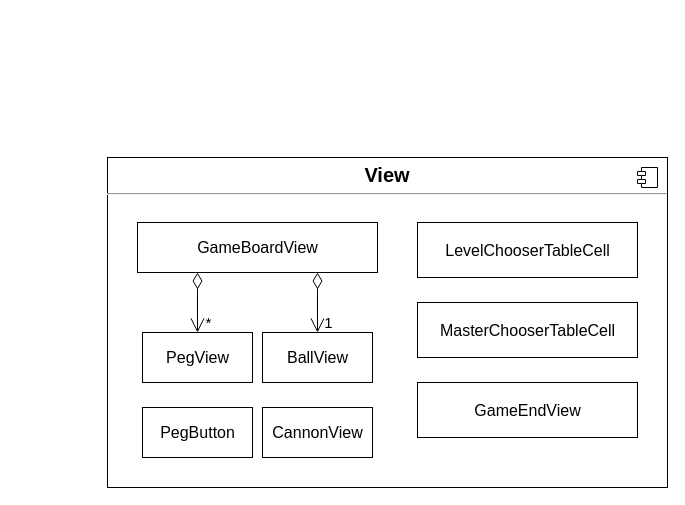
T-Fang/Ocean-Peggle keeps this draw.io diagram as diagrams/ViewDiagram.drawio. Above is the earlier version. Source tidied: cells renumbered, new cells numbered last; positions are measured from the earlier drawing's top-left corner, leaving out a move shared by most shapes. Both pictures are drawn from the tidied source at 100%, with x=0, y=0 at pixel (107, 157).
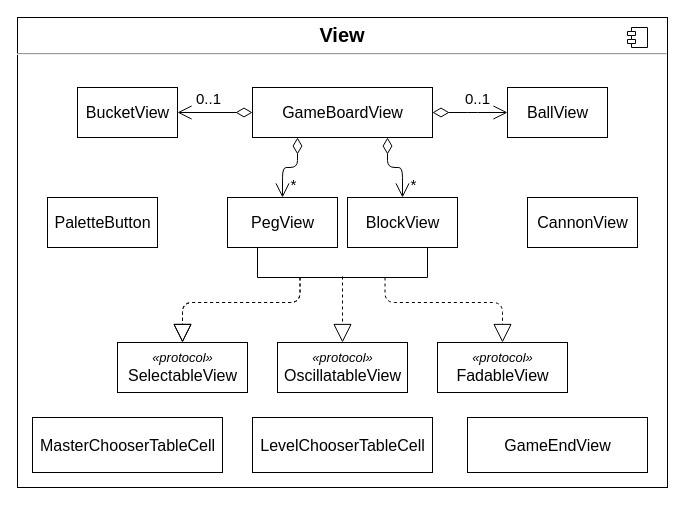
The same diagram, later.

The change refers to these unchanged cells:
```xml
<mxCell id="8" style="endArrow=open;html=1;endSize=12;startArrow=diamondThin;startSize=14;startFill=0;edgeStyle=orthogonalEdgeStyle;align=left;verticalAlign=bottom;entryX=0.5;entryY=0;entryDx=0;entryDy=0;exitX=0.75;exitY=1;exitDx=0;exitDy=0;" parent="1" edge="1" source="5" target="12">
  <mxGeometry x="1" y="10" relative="1" as="geometry" />
</mxCell>
```

The edit, as a diff of the source:
```diff
@@
     <mxCell id="2" value="&lt;p style=&quot;margin: 0px ; margin-top: 6px ; text-align: center&quot;&gt;&lt;b&gt;&lt;font style=&quot;font-size: 20px&quot;&gt;View&lt;/font&gt;&lt;/b&gt;&lt;/p&gt;&lt;hr&gt;&lt;p style=&quot;margin: 0px ; margin-left: 8px&quot;&gt;&lt;br&gt;&lt;/p&gt;" style="align=left;overflow=fill;html=1;" parent="1" vertex="1">
-      <mxGeometry width="560" height="330" as="geometry" />
+      <mxGeometry x="-90" y="-140" width="650" height="470" as="geometry" />
     </mxCell>
     <mxCell id="3" value="&lt;font style=&quot;font-size: 16px&quot;&gt;LevelChooserTableCell&lt;/font&gt;" style="html=1;" parent="1" vertex="1">
-      <mxGeometry x="310" y="65" width="220" height="55" as="geometry" />
+      <mxGeometry x="145" y="260" width="180" height="55" as="geometry" />
     </mxCell>
     <mxCell id="4" style="shape=component;jettyWidth=8;jettyHeight=4;" parent="1" vertex="1">
-      <mxGeometry x="530" y="10" width="20" height="20" as="geometry">
+      <mxGeometry x="520" y="-130" width="20" height="20" as="geometry">
         <mxPoint x="-24" y="4" as="offset" />
       </mxGeometry>
     </mxCell>
     <mxCell id="5" value="&lt;font style=&quot;font-size: 16px&quot;&gt;GameBoardView&lt;br&gt;&lt;/font&gt;" style="html=1;" parent="1" vertex="1">
-      <mxGeometry x="30" y="65" width="240" height="50" as="geometry" />
+      <mxGeometry x="145" y="-70" width="180" height="50" as="geometry" />
     </mxCell>
@@
-    <mxCell id="9" value="&lt;font style=&quot;font-size: 15px&quot;&gt;1&lt;/font&gt;" style="edgeLabel;html=1;align=center;verticalAlign=middle;" parent="8" vertex="1">
+    <mxCell id="9" value="&lt;span style=&quot;font-size: 15px&quot;&gt;*&lt;/span&gt;" style="edgeLabel;html=1;align=center;verticalAlign=middle;" parent="8" vertex="1">
       <mxGeometry x="0.63" y="2" relative="1" as="geometry">
         <mxPoint x="8" as="offset" />
       </mxGeometry>
     </mxCell>
     <mxCell id="10" value="&lt;font style=&quot;font-size: 16px&quot;&gt;MasterChooserTableCell&lt;/font&gt;" style="html=1;" parent="1" vertex="1">
-      <mxGeometry x="310" y="145" width="220" height="55" as="geometry" />
+      <mxGeometry x="-75" y="260" width="190" height="55" as="geometry" />
     </mxCell>
     <mxCell id="11" value="&lt;font style=&quot;font-size: 16px&quot;&gt;CannonView&lt;/font&gt;" style="html=1;" parent="1" vertex="1">
-      <mxGeometry x="155" y="250" width="110" height="50" as="geometry" />
+      <mxGeometry x="420" y="40" width="110" height="50" as="geometry" />
     </mxCell>
-    <mxCell id="12" value="&lt;span style=&quot;font-size: 16px&quot;&gt;BallView&lt;br&gt;&lt;/span&gt;" style="html=1;" parent="1" vertex="1">
-      <mxGeometry x="155" y="175" width="110" height="50" as="geometry" />
+    <mxCell id="12" value="&lt;span style=&quot;font-size: 16px&quot;&gt;BlockView&lt;/span&gt;" style="html=1;" parent="1" vertex="1">
+      <mxGeometry x="240" y="40" width="110" height="50" as="geometry" />
     </mxCell>
+    <mxCell id="16" style="edgeStyle=orthogonalEdgeStyle;rounded=0;jettySize=auto;html=1;exitX=0.25;exitY=1;exitDx=0;exitDy=0;entryX=0;entryY=0.5;entryDx=0;entryDy=0;entryPerimeter=0;startArrow=none;startFill=0;strokeColor=#000000;strokeWidth=1;endArrow=none;endFill=0;" parent="1" edge="1" source="13" target="20">
+      <mxGeometry relative="1" as="geometry" />
+    </mxCell>
     <mxCell id="13" value="&lt;font style=&quot;font-size: 16px&quot;&gt;PegView&lt;/font&gt;" style="html=1;" parent="1" vertex="1">
-      <mxGeometry x="35" y="175" width="110" height="50" as="geometry" />
+      <mxGeometry x="120" y="40" width="110" height="50" as="geometry" />
     </mxCell>
-    <mxCell id="14" value="&lt;font style=&quot;font-size: 16px&quot;&gt;PegButton&lt;/font&gt;" style="html=1;" parent="1" vertex="1">
-      <mxGeometry x="35" y="250" width="110" height="50" as="geometry" />
+    <mxCell id="14" value="&lt;font style=&quot;font-size: 16px&quot;&gt;PaletteButton&lt;/font&gt;" style="html=1;" parent="1" vertex="1">
+      <mxGeometry x="-60" y="40" width="110" height="50" as="geometry" />
     </mxCell>
     <mxCell id="15" value="&lt;span style=&quot;font-size: 16px&quot;&gt;GameEndView&lt;/span&gt;" style="html=1;" parent="1" vertex="1">
-      <mxGeometry x="310" y="225" width="220" height="55" as="geometry" />
+      <mxGeometry x="360" y="260" width="180" height="55" as="geometry" />
     </mxCell>
+    <mxCell id="17" value="&lt;font style=&quot;font-size: 13px&quot;&gt;&lt;i&gt;«protocol»&lt;/i&gt;&lt;/font&gt;&lt;br&gt;&lt;span style=&quot;font-size: 16px&quot;&gt;SelectableView&lt;/span&gt;" style="html=1;" parent="1" vertex="1">
+      <mxGeometry x="10" y="185" width="130" height="50" as="geometry" />
+    </mxCell>
+    <mxCell id="18" value="&lt;font style=&quot;font-size: 13px&quot;&gt;&lt;i&gt;«protocol»&lt;/i&gt;&lt;/font&gt;&lt;br&gt;&lt;span style=&quot;font-size: 16px&quot;&gt;OscillatableView&lt;/span&gt;" style="html=1;" parent="1" vertex="1">
+      <mxGeometry x="170" y="185" width="130" height="50" as="geometry" />
+    </mxCell>
+    <mxCell id="19" value="&lt;font style=&quot;font-size: 13px&quot;&gt;&lt;i&gt;«protocol»&lt;/i&gt;&lt;/font&gt;&lt;br&gt;&lt;span style=&quot;font-size: 16px&quot;&gt;FadableView&lt;/span&gt;" style="html=1;" parent="1" vertex="1">
+      <mxGeometry x="330" y="185" width="130" height="50" as="geometry" />
+    </mxCell>
+    <mxCell id="20" style="shape=line;html=1;strokeWidth=1;" parent="1" vertex="1">
+      <mxGeometry x="150" y="115" width="170" height="10" as="geometry" />
+    </mxCell>
+    <mxCell id="21" style="edgeStyle=orthogonalEdgeStyle;rounded=0;jettySize=auto;html=1;exitX=0.75;exitY=1;exitDx=0;exitDy=0;entryX=1;entryY=0.5;entryDx=0;entryDy=0;entryPerimeter=0;startArrow=none;startFill=0;strokeColor=#000000;strokeWidth=1;endArrow=none;endFill=0;" parent="1" edge="1" source="12" target="20">
+      <mxGeometry relative="1" as="geometry" />
+    </mxCell>
+    <mxCell id="22" style="endArrow=block;endSize=16;endFill=0;html=1;strokeColor=#000000;strokeWidth=1;exitX=0.25;exitY=0.5;exitDx=0;exitDy=0;exitPerimeter=0;entryX=0.5;entryY=0;entryDx=0;entryDy=0;edgeStyle=orthogonalEdgeStyle;dashed=1;" parent="1" edge="1" source="20" target="17">
+      <mxGeometry relative="1" as="geometry">
+        <Array as="points">
+          <mxPoint x="193" y="145" />
+          <mxPoint x="75" y="145" />
+        </Array>
+      </mxGeometry>
+    </mxCell>
+    <mxCell id="23" style="endArrow=block;endSize=16;endFill=0;html=1;strokeColor=#000000;strokeWidth=1;exitX=0.25;exitY=0.5;exitDx=0;exitDy=0;exitPerimeter=0;entryX=0.5;entryY=0;entryDx=0;entryDy=0;edgeStyle=orthogonalEdgeStyle;dashed=1;" parent="1" edge="1" source="20" target="17">
+      <mxGeometry relative="1" as="geometry">
+        <Array as="points">
+          <mxPoint x="193" y="145" />
+          <mxPoint x="75" y="145" />
+        </Array>
+      </mxGeometry>
+    </mxCell>
+    <mxCell id="24" style="endArrow=block;endSize=16;endFill=0;html=1;strokeColor=#000000;strokeWidth=1;exitX=0.5;exitY=0.4;exitDx=0;exitDy=0;exitPerimeter=0;entryX=0.5;entryY=0;entryDx=0;entryDy=0;edgeStyle=orthogonalEdgeStyle;dashed=1;" parent="1" edge="1" source="20" target="18">
+      <mxGeometry relative="1" as="geometry" />
+    </mxCell>
+    <mxCell id="25" style="endArrow=block;endSize=16;endFill=0;html=1;strokeColor=#000000;strokeWidth=1;exitX=0.75;exitY=0.5;exitDx=0;exitDy=0;exitPerimeter=0;entryX=0.5;entryY=0;entryDx=0;entryDy=0;edgeStyle=orthogonalEdgeStyle;dashed=1;" parent="1" edge="1" source="20" target="19">
+      <mxGeometry relative="1" as="geometry">
+        <Array as="points">
+          <mxPoint x="278" y="145" />
+          <mxPoint x="395" y="145" />
+        </Array>
+      </mxGeometry>
+    </mxCell>
+    <mxCell id="26" value="&lt;font style=&quot;font-size: 16px&quot;&gt;BallView&lt;br&gt;&lt;/font&gt;" style="html=1;" parent="1" vertex="1">
+      <mxGeometry x="400" y="-70" width="100" height="50" as="geometry" />
+    </mxCell>
+    <mxCell id="27" value="&lt;font style=&quot;font-size: 16px&quot;&gt;BucketView&lt;br&gt;&lt;/font&gt;" style="html=1;" parent="1" vertex="1">
+      <mxGeometry x="-30" y="-70" width="100" height="50" as="geometry" />
+    </mxCell>
+    <mxCell id="28" style="endArrow=open;html=1;endSize=12;startArrow=diamondThin;startSize=14;startFill=0;edgeStyle=orthogonalEdgeStyle;align=left;verticalAlign=bottom;entryX=1;entryY=0.5;entryDx=0;entryDy=0;exitX=0;exitY=0.5;exitDx=0;exitDy=0;" parent="1" edge="1" source="5" target="27">
+      <mxGeometry x="1" y="10" relative="1" as="geometry" />
+    </mxCell>
+    <mxCell id="29" value="&lt;span style=&quot;font-size: 15px&quot;&gt;0..1&lt;/span&gt;" style="edgeLabel;html=1;align=center;verticalAlign=middle;" parent="28" vertex="1">
+      <mxGeometry x="0.63" y="2" relative="1" as="geometry">
+        <mxPoint x="16.2" y="-17" as="offset" />
+      </mxGeometry>
+    </mxCell>
+    <mxCell id="30" style="endArrow=open;html=1;endSize=12;startArrow=diamondThin;startSize=14;startFill=0;edgeStyle=orthogonalEdgeStyle;align=left;verticalAlign=bottom;entryX=0;entryY=0.5;entryDx=0;entryDy=0;exitX=1;exitY=0.5;exitDx=0;exitDy=0;" parent="1" edge="1" source="5" target="26">
+      <mxGeometry x="1" y="10" relative="1" as="geometry">
+        <Array as="points">
+          <mxPoint x="360" y="-45" />
+          <mxPoint x="360" y="-45" />
+        </Array>
+      </mxGeometry>
+    </mxCell>
+    <mxCell id="31" value="&lt;span style=&quot;font-size: 15px&quot;&gt;0..1&lt;/span&gt;" style="edgeLabel;html=1;align=center;verticalAlign=middle;" parent="30" vertex="1">
+      <mxGeometry x="0.63" y="2" relative="1" as="geometry">
+        <mxPoint x="-16.4" y="-13" as="offset" />
+      </mxGeometry>
+    </mxCell>
```
